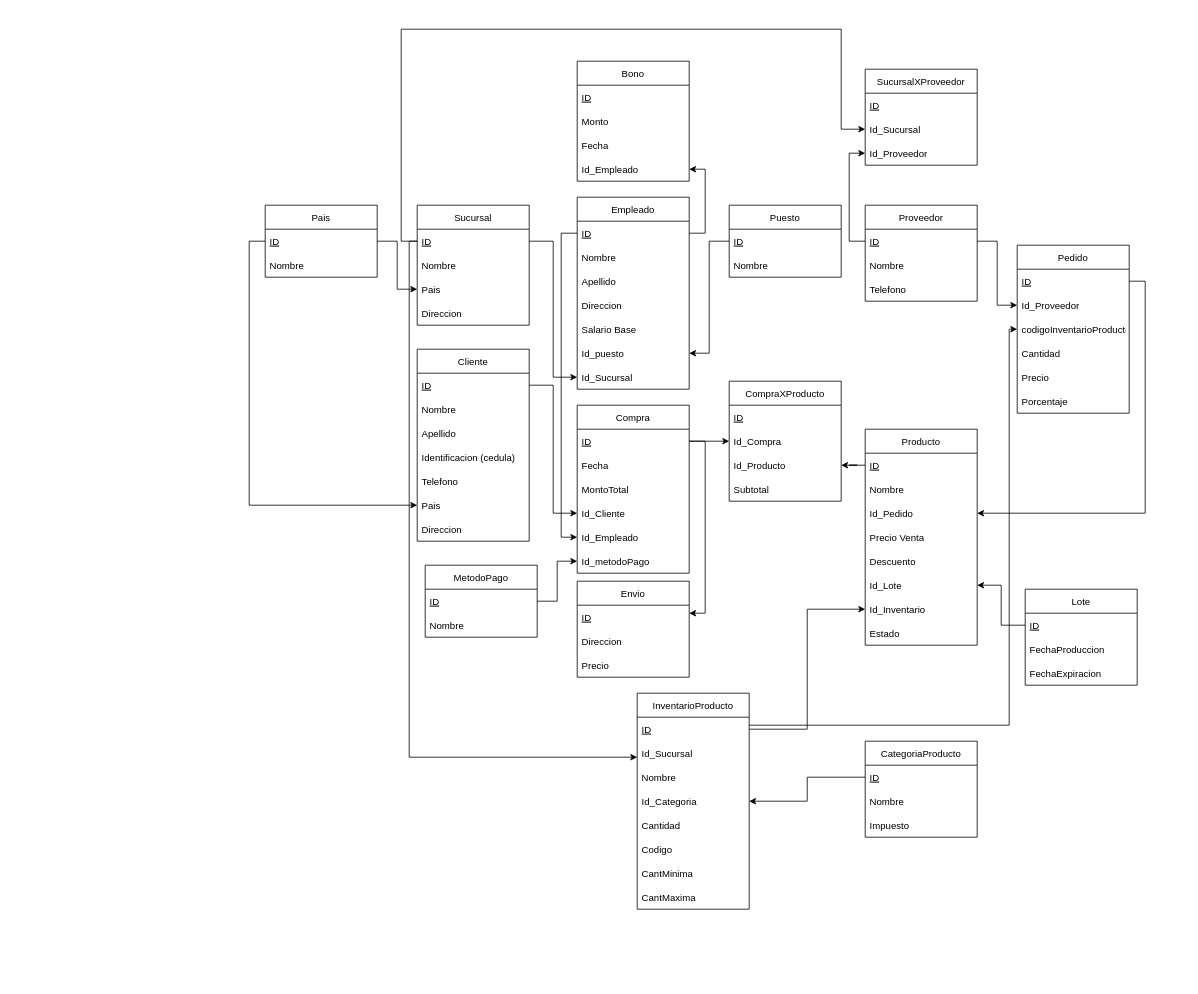
Before: diagrama de tablas.drawio in Valhylian/Proyecto1-BD, a draw.io diagram. Source tidied: cells renumbered, new cells numbered last; positions are measured from the earlier drawing's top-left corner, leaving out a move shared by most shapes. Both pictures are drawn from the tidied source at 80%, with x=0, y=0 at pixel (265, 29).
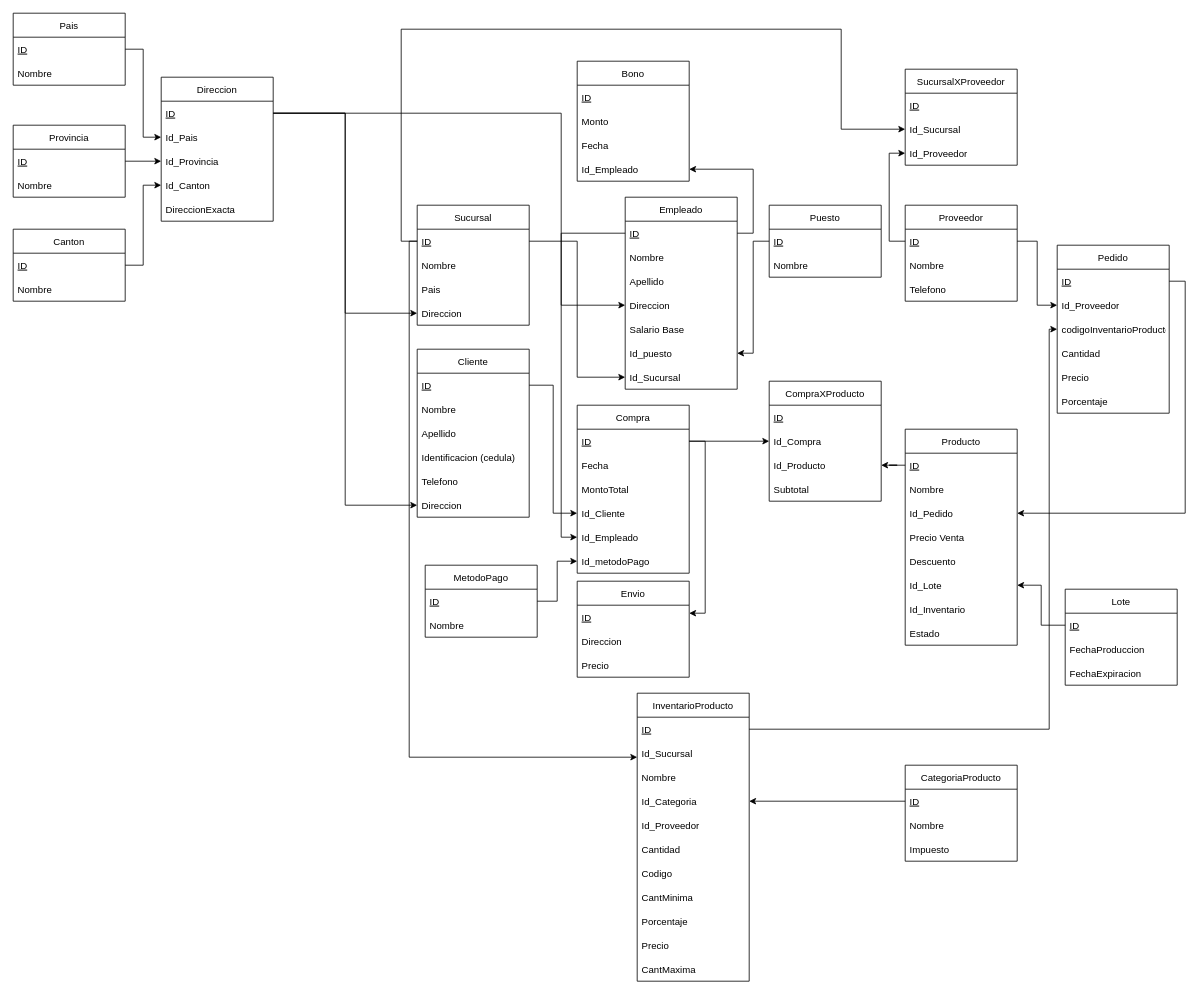
After the change.

Unchanged cells that the change refers to:
```xml
<mxCell id="5" value="Pais" style="text;strokeColor=none;fillColor=none;align=left;verticalAlign=middle;spacingLeft=4;spacingRight=4;overflow=hidden;points=[[0,0.5],[1,0.5]];portConstraint=eastwest;" parent="2" vertex="1">
  <mxGeometry y="90" width="140" height="30" as="geometry" />
</mxCell>
<mxCell id="6" value="Direccion" style="text;strokeColor=none;fillColor=none;align=left;verticalAlign=middle;spacingLeft=4;spacingRight=4;overflow=hidden;points=[[0,0.5],[1,0.5]];portConstraint=eastwest;" parent="2" vertex="1">
  <mxGeometry y="120" width="140" height="30" as="geometry" />
</mxCell>
<mxCell id="11" value="Direccion" style="text;strokeColor=none;fillColor=none;align=left;verticalAlign=middle;spacingLeft=4;spacingRight=4;overflow=hidden;points=[[0,0.5],[1,0.5]];portConstraint=eastwest;" parent="7" vertex="1">
  <mxGeometry y="120" width="140" height="30" as="geometry" />
</mxCell>
<mxCell id="48" value="Id_Inventario" style="text;strokeColor=none;fillColor=none;align=left;verticalAlign=middle;spacingLeft=4;spacingRight=4;overflow=hidden;points=[[0,0.5],[1,0.5]];portConstraint=eastwest;" parent="41" vertex="1">
  <mxGeometry y="210" width="140" height="30" as="geometry" />
</mxCell>
<mxCell id="58" value="codigoInventarioProducto" style="text;strokeColor=none;fillColor=none;align=left;verticalAlign=middle;spacingLeft=4;spacingRight=4;overflow=hidden;points=[[0,0.5],[1,0.5]];portConstraint=eastwest;" parent="55" vertex="1">
  <mxGeometry y="90" width="140" height="30" as="geometry" />
</mxCell>
<mxCell id="86" value="ID" style="text;strokeColor=none;fillColor=none;align=left;verticalAlign=middle;spacingLeft=4;spacingRight=4;overflow=hidden;points=[[0,0.5],[1,0.5]];portConstraint=eastwest;fontStyle=4;" parent="85" vertex="1">
  <mxGeometry y="30" width="140" height="30" as="geometry" />
</mxCell>
<mxCell id="97" value="ID" style="text;strokeColor=none;fillColor=none;align=left;verticalAlign=middle;spacingLeft=4;spacingRight=4;overflow=hidden;points=[[0,0.5],[1,0.5]];portConstraint=eastwest;fontStyle=4;" parent="96" vertex="1">
  <mxGeometry y="30" width="140" height="30" as="geometry" />
</mxCell>
```

Diff of the diagram source:
```diff
@@
     <mxCell id="7" value="Empleado" style="swimlane;fontStyle=0;horizontal=1;startSize=30;" parent="1" vertex="1">
-      <mxGeometry x="390" y="210" width="140" height="240" as="geometry" />
+      <mxGeometry x="450" y="210" width="140" height="240" as="geometry" />
     </mxCell>
@@
     <mxCell id="16" value="Cliente" style="swimlane;fontStyle=0;horizontal=1;startSize=30;" parent="1" vertex="1">
-      <mxGeometry x="190" y="400" width="140" height="240" as="geometry" />
+      <mxGeometry x="190" y="400" width="140" height="210" as="geometry" />
     </mxCell>
@@
-    <mxCell id="22" value="Pais" style="text;strokeColor=none;fillColor=none;align=left;verticalAlign=middle;spacingLeft=4;spacingRight=4;overflow=hidden;points=[[0,0.5],[1,0.5]];portConstraint=eastwest;" parent="16" vertex="1">
-      <mxGeometry y="180" width="140" height="30" as="geometry" />
-    </mxCell>
     <mxCell id="23" value="Direccion" style="text;strokeColor=none;fillColor=none;align=left;verticalAlign=middle;spacingLeft=4;spacingRight=4;overflow=hidden;points=[[0,0.5],[1,0.5]];portConstraint=eastwest;" parent="16" vertex="1">
-      <mxGeometry y="210" width="140" height="30" as="geometry" />
+      <mxGeometry y="180" width="140" height="30" as="geometry" />
     </mxCell>
     <mxCell id="24" value="Puesto" style="swimlane;fontStyle=0;horizontal=1;startSize=30;" parent="1" vertex="1">
-      <mxGeometry x="580" y="220" width="140" height="90" as="geometry" />
+      <mxGeometry x="630" y="220" width="140" height="90" as="geometry" />
     </mxCell>
@@
     <mxCell id="36" value="CompraXProducto" style="swimlane;fontStyle=0;horizontal=1;startSize=30;" parent="1" vertex="1">
-      <mxGeometry x="580" y="440" width="140" height="150" as="geometry" />
+      <mxGeometry x="630" y="440" width="140" height="150" as="geometry" />
     </mxCell>
@@
     <mxCell id="41" value="Producto" style="swimlane;fontStyle=0;horizontal=1;startSize=30;" parent="1" vertex="1">
-      <mxGeometry x="750" y="500" width="140" height="270" as="geometry" />
+      <mxGeometry x="800" y="500" width="140" height="270" as="geometry" />
     </mxCell>
@@
     <mxCell id="51" value="Proveedor" style="swimlane;fontStyle=0;horizontal=1;startSize=30;" parent="1" vertex="1">
-      <mxGeometry x="750" y="220" width="140" height="120" as="geometry" />
+      <mxGeometry x="800" y="220" width="140" height="120" as="geometry" />
     </mxCell>
@@
     <mxCell id="55" value="Pedido" style="swimlane;fontStyle=0;horizontal=1;startSize=30;" parent="1" vertex="1">
-      <mxGeometry x="940" y="270" width="140" height="210" as="geometry" />
+      <mxGeometry x="990" y="270" width="140" height="210" as="geometry" />
     </mxCell>
@@
     <mxCell id="63" value="CategoriaProducto" style="swimlane;fontStyle=0;horizontal=1;startSize=30;" parent="1" vertex="1">
-      <mxGeometry x="750" y="890" width="140" height="120" as="geometry" />
+      <mxGeometry x="800" y="920" width="140" height="120" as="geometry" />
     </mxCell>
@@
     <mxCell id="80" value="Lote" style="swimlane;fontStyle=0;horizontal=1;startSize=30;" parent="1" vertex="1">
-      <mxGeometry x="950" y="700" width="140" height="120" as="geometry" />
+      <mxGeometry x="1000" y="700" width="140" height="120" as="geometry" />
     </mxCell>
@@
     <mxCell id="85" value="Pais" style="swimlane;fontStyle=0;horizontal=1;startSize=30;" parent="1" vertex="1">
-      <mxGeometry y="220" width="140" height="90" as="geometry" />
+      <mxGeometry x="-315" y="-20" width="140" height="90" as="geometry" />
     </mxCell>
@@
-    <mxCell id="88" style="edgeStyle=orthogonalEdgeStyle;rounded=0;jettySize=auto;html=1;exitX=1;exitY=0.5;exitDx=0;exitDy=0;" parent="1" edge="1" source="86" target="5">
-      <mxGeometry relative="1" as="geometry" />
-    </mxCell>
-    <mxCell id="89" style="edgeStyle=orthogonalEdgeStyle;rounded=0;jettySize=auto;html=1;exitX=0;exitY=0.5;exitDx=0;exitDy=0;entryX=0;entryY=0.5;entryDx=0;entryDy=0;" parent="1" edge="1" source="86" target="22">
-      <mxGeometry relative="1" as="geometry" />
-    </mxCell>
     <mxCell id="90" value="SucursalXProveedor" style="swimlane;fontStyle=0;horizontal=1;startSize=30;" parent="1" vertex="1">
-      <mxGeometry x="750" y="50" width="140" height="120" as="geometry" />
+      <mxGeometry x="800" y="50" width="140" height="120" as="geometry" />
     </mxCell>
@@
     <mxCell id="96" value="InventarioProducto" style="swimlane;fontStyle=0;horizontal=1;startSize=30;" parent="1" vertex="1">
-      <mxGeometry x="465" y="830" width="140" height="270" as="geometry" />
+      <mxGeometry x="465" y="830" width="140" height="360" as="geometry" />
     </mxCell>
@@
+    <mxCell id="114" value="Id_Proveedor" style="text;strokeColor=none;fillColor=none;align=left;verticalAlign=middle;spacingLeft=4;spacingRight=4;overflow=hidden;" parent="96" vertex="1">
+      <mxGeometry y="150" width="140" height="30" as="geometry" />
+    </mxCell>
     <mxCell id="101" value="Cantidad" style="text;strokeColor=none;fillColor=none;align=left;verticalAlign=middle;spacingLeft=4;spacingRight=4;overflow=hidden;" parent="96" vertex="1">
-      <mxGeometry y="150" width="140" height="30" as="geometry" />
+      <mxGeometry y="180" width="140" height="30" as="geometry" />
     </mxCell>
     <mxCell id="102" value="Codigo" style="text;strokeColor=none;fillColor=none;align=left;verticalAlign=middle;spacingLeft=4;spacingRight=4;overflow=hidden;" parent="96" vertex="1">
-      <mxGeometry y="180" width="140" height="30" as="geometry" />
+      <mxGeometry y="210" width="140" height="30" as="geometry" />
     </mxCell>
     <mxCell id="103" value="CantMinima" style="text;strokeColor=none;fillColor=none;align=left;verticalAlign=middle;spacingLeft=4;spacingRight=4;overflow=hidden;" parent="96" vertex="1">
-      <mxGeometry y="210" width="140" height="30" as="geometry" />
+      <mxGeometry y="240" width="140" height="30" as="geometry" />
     </mxCell>
+    <mxCell id="115" value="Porcentaje" style="text;strokeColor=none;fillColor=none;align=left;verticalAlign=middle;spacingLeft=4;spacingRight=4;overflow=hidden;" parent="96" vertex="1">
+      <mxGeometry y="270" width="140" height="30" as="geometry" />
+    </mxCell>
+    <mxCell id="116" value="Precio" style="text;strokeColor=none;fillColor=none;align=left;verticalAlign=middle;spacingLeft=4;spacingRight=4;overflow=hidden;" parent="96" vertex="1">
+      <mxGeometry y="300" width="140" height="30" as="geometry" />
+    </mxCell>
     <mxCell id="104" value="CantMaxima" style="text;strokeColor=none;fillColor=none;align=left;verticalAlign=middle;spacingLeft=4;spacingRight=4;overflow=hidden;" parent="96" vertex="1">
-      <mxGeometry y="240" width="140" height="30" as="geometry" />
+      <mxGeometry y="330" width="140" height="30" as="geometry" />
     </mxCell>
-    <mxCell id="105" style="edgeStyle=orthogonalEdgeStyle;rounded=0;jettySize=auto;html=1;exitX=1;exitY=0.5;exitDx=0;exitDy=0;entryX=0;entryY=0.5;entryDx=0;entryDy=0;" parent="1" edge="1" source="97" target="48">
-      <mxGeometry relative="1" as="geometry" />
-    </mxCell>
@@
-    <mxCell id="112" style="edgeStyle=orthogonalEdgeStyle;rounded=0;jettySize=auto;html=1;entryX=0;entryY=0.5;entryDx=0;entryDy=0;" parent="1" edge="1" target="58">
+    <mxCell id="112" style="edgeStyle=orthogonalEdgeStyle;rounded=0;jettySize=auto;html=1;entryX=0;entryY=0.5;entryDx=0;entryDy=0;exitX=1;exitY=0.5;exitDx=0;exitDy=0;" parent="1" edge="1" source="97" target="58">
       <mxGeometry relative="1" as="geometry">
-        <mxPoint x="605" y="870" as="sourcePoint" />
         <Array as="points">
-          <mxPoint x="605" y="870" />
-          <mxPoint x="930" y="870" />
-          <mxPoint x="930" y="375" />
+          <mxPoint x="980" y="875" />
+          <mxPoint x="980" y="375" />
         </Array>
       </mxGeometry>
     </mxCell>
@@
+    <mxCell id="117" value="Direccion" style="swimlane;fontStyle=0;horizontal=1;startSize=30;" parent="1" vertex="1">
+      <mxGeometry x="-130" y="60" width="140" height="180" as="geometry" />
+    </mxCell>
+    <mxCell id="118" value="ID" style="text;strokeColor=none;fillColor=none;align=left;verticalAlign=middle;spacingLeft=4;spacingRight=4;overflow=hidden;points=[[0,0.5],[1,0.5]];portConstraint=eastwest;fontStyle=4;" parent="117" vertex="1">
+      <mxGeometry y="30" width="140" height="30" as="geometry" />
+    </mxCell>
+    <mxCell id="119" value="Id_Pais" style="text;strokeColor=none;fillColor=none;align=left;verticalAlign=middle;spacingLeft=4;spacingRight=4;overflow=hidden;points=[[0,0.5],[1,0.5]];portConstraint=eastwest;" parent="117" vertex="1">
+      <mxGeometry y="60" width="140" height="30" as="geometry" />
+    </mxCell>
+    <mxCell id="120" value="Id_Provincia" style="text;strokeColor=none;fillColor=none;align=left;verticalAlign=middle;spacingLeft=4;spacingRight=4;overflow=hidden;points=[[0,0.5],[1,0.5]];portConstraint=eastwest;" parent="117" vertex="1">
+      <mxGeometry y="90" width="140" height="30" as="geometry" />
+    </mxCell>
+    <mxCell id="121" value="Id_Canton" style="text;strokeColor=none;fillColor=none;align=left;verticalAlign=middle;spacingLeft=4;spacingRight=4;overflow=hidden;points=[[0,0.5],[1,0.5]];portConstraint=eastwest;" parent="117" vertex="1">
+      <mxGeometry y="120" width="140" height="30" as="geometry" />
+    </mxCell>
+    <mxCell id="122" value="DireccionExacta" style="text;strokeColor=none;fillColor=none;align=left;verticalAlign=middle;spacingLeft=4;spacingRight=4;overflow=hidden;" parent="117" vertex="1">
+      <mxGeometry y="150" width="140" height="30" as="geometry" />
+    </mxCell>
+    <mxCell id="123" style="edgeStyle=orthogonalEdgeStyle;rounded=0;jettySize=auto;html=1;exitX=1;exitY=0.5;exitDx=0;exitDy=0;entryX=0;entryY=0.5;entryDx=0;entryDy=0;" parent="1" edge="1" source="86" target="119">
+      <mxGeometry relative="1" as="geometry" />
+    </mxCell>
+    <mxCell id="124" value="Provincia" style="swimlane;fontStyle=0;horizontal=1;startSize=30;" parent="1" vertex="1">
+      <mxGeometry x="-315" y="120" width="140" height="90" as="geometry" />
+    </mxCell>
+    <mxCell id="125" value="ID" style="text;strokeColor=none;fillColor=none;align=left;verticalAlign=middle;spacingLeft=4;spacingRight=4;overflow=hidden;points=[[0,0.5],[1,0.5]];portConstraint=eastwest;fontStyle=4;" parent="124" vertex="1">
+      <mxGeometry y="30" width="140" height="30" as="geometry" />
+    </mxCell>
+    <mxCell id="126" value="Nombre" style="text;strokeColor=none;fillColor=none;align=left;verticalAlign=middle;spacingLeft=4;spacingRight=4;overflow=hidden;" parent="124" vertex="1">
+      <mxGeometry y="60" width="140" height="30" as="geometry" />
+    </mxCell>
+    <mxCell id="127" style="edgeStyle=orthogonalEdgeStyle;rounded=0;jettySize=auto;html=1;exitX=1;exitY=0.5;exitDx=0;exitDy=0;entryX=0;entryY=0.5;entryDx=0;entryDy=0;" parent="1" edge="1" source="125" target="120">
+      <mxGeometry relative="1" as="geometry" />
+    </mxCell>
+    <mxCell id="128" value="Canton" style="swimlane;fontStyle=0;horizontal=1;startSize=30;" parent="1" vertex="1">
+      <mxGeometry x="-315" y="250" width="140" height="90" as="geometry" />
+    </mxCell>
+    <mxCell id="129" value="ID" style="text;strokeColor=none;fillColor=none;align=left;verticalAlign=middle;spacingLeft=4;spacingRight=4;overflow=hidden;points=[[0,0.5],[1,0.5]];portConstraint=eastwest;fontStyle=4;" parent="128" vertex="1">
+      <mxGeometry y="30" width="140" height="30" as="geometry" />
+    </mxCell>
+    <mxCell id="130" value="Nombre" style="text;strokeColor=none;fillColor=none;align=left;verticalAlign=middle;spacingLeft=4;spacingRight=4;overflow=hidden;" parent="128" vertex="1">
+      <mxGeometry y="60" width="140" height="30" as="geometry" />
+    </mxCell>
+    <mxCell id="131" style="edgeStyle=orthogonalEdgeStyle;rounded=0;jettySize=auto;html=1;exitX=1;exitY=0.5;exitDx=0;exitDy=0;entryX=0;entryY=0.5;entryDx=0;entryDy=0;" parent="1" edge="1" source="129" target="121">
+      <mxGeometry relative="1" as="geometry" />
+    </mxCell>
+    <mxCell id="132" style="edgeStyle=orthogonalEdgeStyle;rounded=0;jettySize=auto;html=1;exitX=1;exitY=0.5;exitDx=0;exitDy=0;entryX=0;entryY=0.5;entryDx=0;entryDy=0;" parent="1" edge="1" source="118" target="6">
+      <mxGeometry relative="1" as="geometry" />
+    </mxCell>
+    <mxCell id="133" style="edgeStyle=orthogonalEdgeStyle;rounded=0;jettySize=auto;html=1;exitX=1;exitY=0.5;exitDx=0;exitDy=0;entryX=0;entryY=0.5;entryDx=0;entryDy=0;" parent="1" edge="1" source="118" target="23">
+      <mxGeometry relative="1" as="geometry" />
+    </mxCell>
+    <mxCell id="134" style="edgeStyle=orthogonalEdgeStyle;rounded=0;jettySize=auto;html=1;exitX=1;exitY=0.5;exitDx=0;exitDy=0;entryX=0;entryY=0.5;entryDx=0;entryDy=0;" parent="1" edge="1" source="118" target="11">
+      <mxGeometry relative="1" as="geometry">
+        <Array as="points">
+          <mxPoint x="370" y="105" />
+          <mxPoint x="370" y="345" />
+        </Array>
+      </mxGeometry>
+    </mxCell>
```
